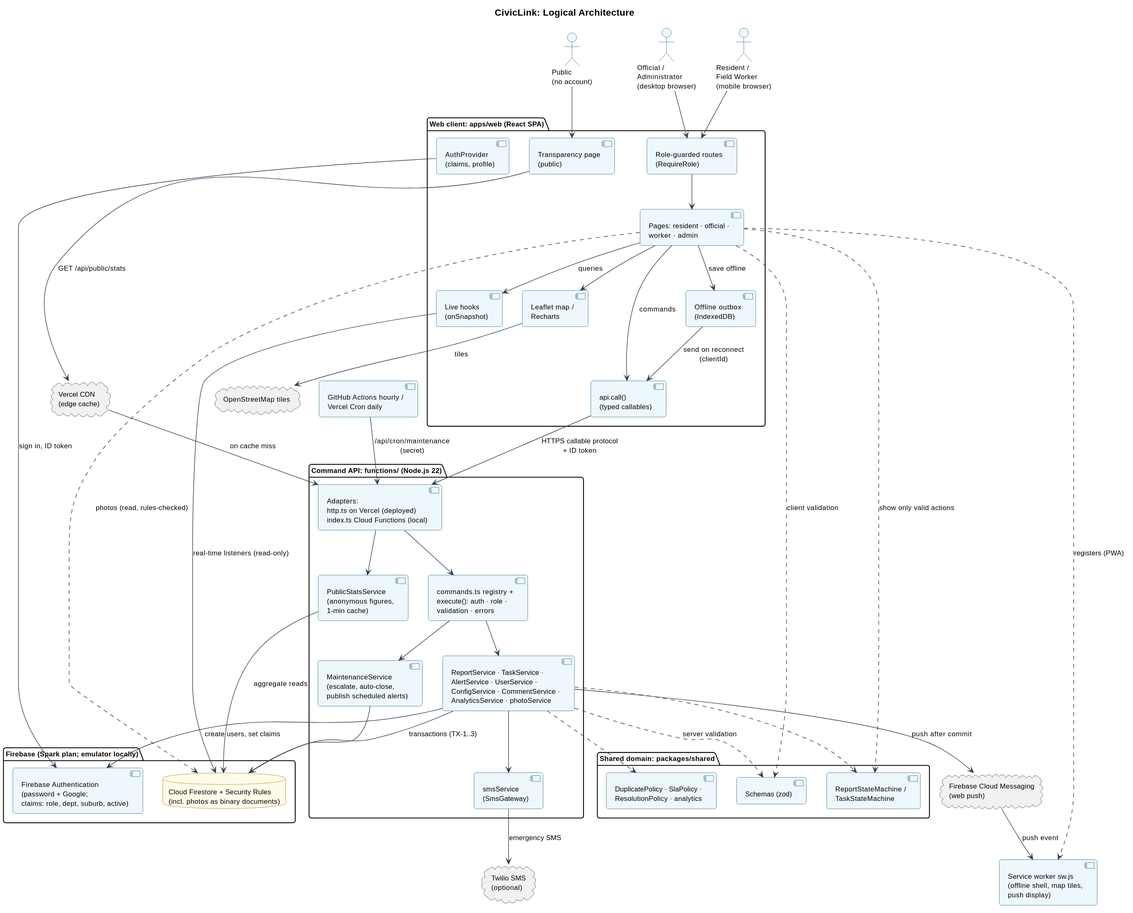
altechemist/civiclink keeps this PlantUML diagram as docs/diagrams/architecture.svg. Above is the earlier version.
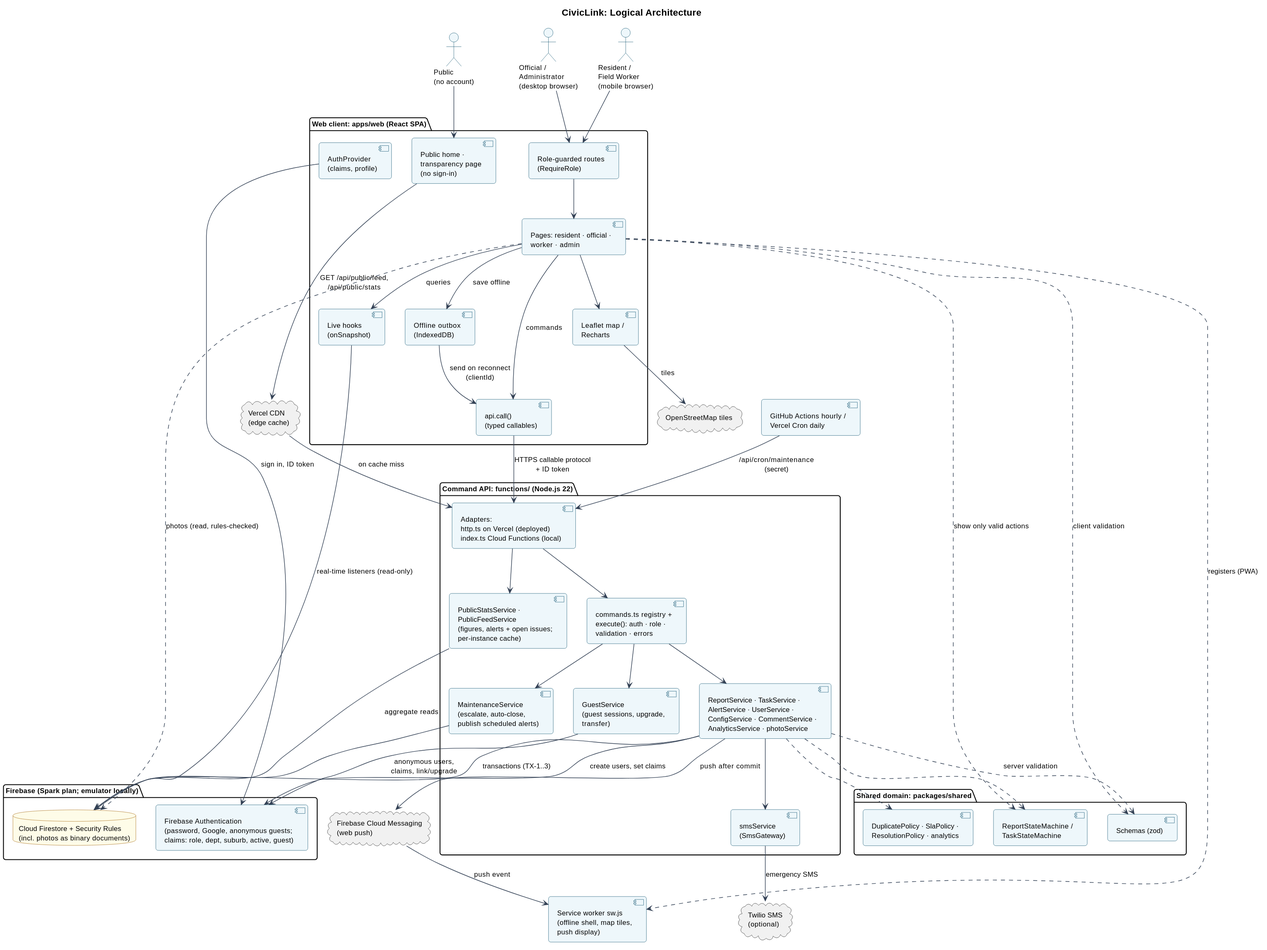
After the commit.

What changed in the source:
```diff
@@ -14,7 +14,7 @@
   [Live hooks\n(onSnapshot)] as Hooks
   [Leaflet map /\nRecharts] as Viz
   [Offline outbox\n(IndexedDB)] as Outbox
-  [Transparency page\n(public)] as Transp
+  [Public home ·\ntransparency page\n(no sign-in)] as Transp
 }
 
 package "Shared domain: packages/shared" as Shared {
@@ -28,11 +28,12 @@
   [commands.ts registry +\nexecute(): auth · role ·\nvalidation · errors] as Cmd
   [ReportService · TaskService ·\nAlertService · UserService ·\nConfigService · CommentService ·\nAnalyticsService · photoService] as Svc
   [MaintenanceService\n(escalate, auto-close,\npublish scheduled alerts)] as Sched
-  [PublicStatsService\n(anonymous figures,\n1-min cache)] as Stats
+  [PublicStatsService ·\nPublicFeedService\n(figures, alerts + open issues;\nper-instance cache)] as Stats
+  [GuestService\n(guest sessions, upgrade,\ntransfer)] as Guest
   [smsService\n(SmsGateway)] as Sms
 }
 package "Firebase (Spark plan; emulator locally)" {
-  [Firebase Authentication\n(password + Google;\nclaims: role, dept, suburb, active)] as Auth
+  [Firebase Authentication\n(password, Google, anonymous guests;\nclaims: role, dept, suburb, active, guest)] as Auth
   database "Cloud Firestore + Security Rules\n(incl. photos as binary documents)" as FS
 }
 [GitHub Actions hourly /\nVercel Cron daily] as Cron
@@ -66,10 +67,12 @@
 Pages --> Outbox : save offline
 Outbox --> Api : send on reconnect\n(clientId)
 PUB --> Transp
-Transp --> CDN : GET /api/public/stats
+Transp --> CDN : GET /api/public/feed,\n/api/public/stats
 CDN --> Adapt : on cache miss
 Adapt --> Stats
 Stats --> FS : aggregate reads
+Cmd --> Guest
+Guest --> Auth : anonymous users,\nclaims, link/upgrade
 Svc --> Sms
 Sms --> TW : emergency SMS
 Pages ..> Sch : client validation
```
